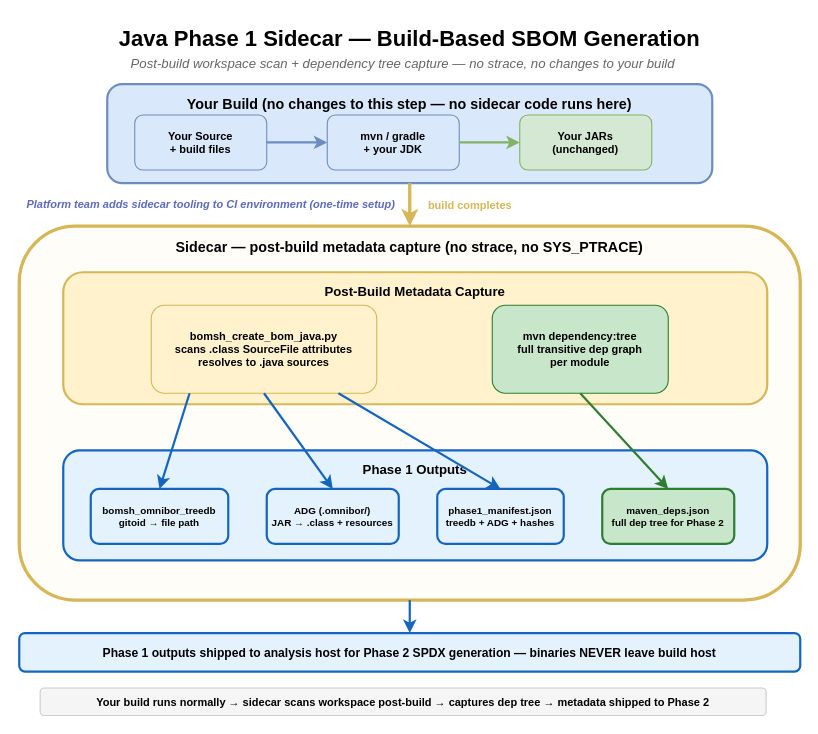
Above: docs/sidecar/java/java-build-interception.drawio in tedg-dev/bisbom-gen (draw.io), before the change. Source tidied: cells renumbered, new cells numbered last; positions are measured from the earlier drawing's top-left corner, leaving out a move shared by most shapes. Both pictures are drawn from the tidied source at 110%, with x=0, y=0 at pixel (18, 18).
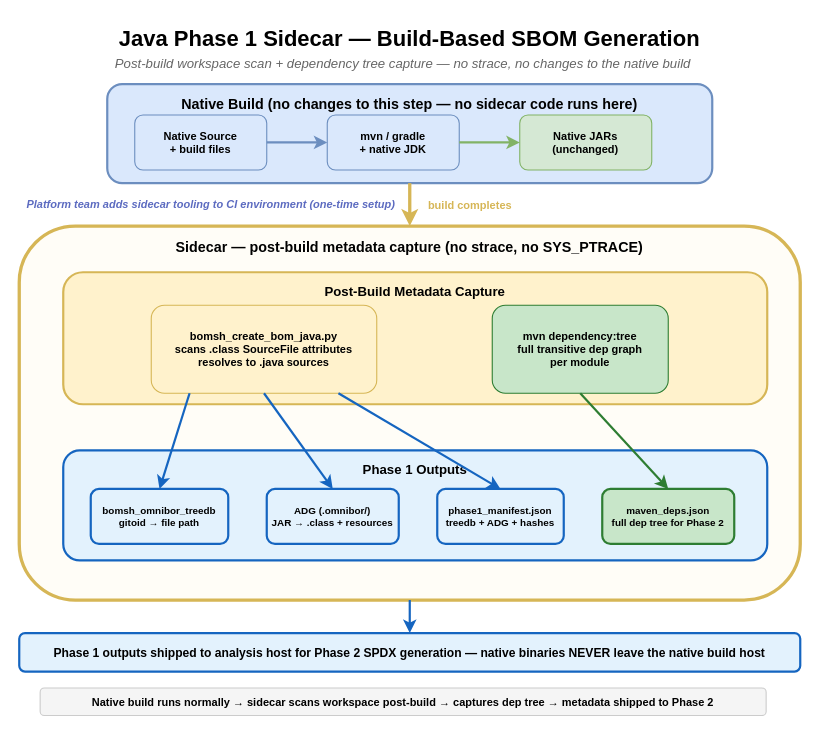
The same diagram, later.

The edit, as a diff of the source:
```diff
@@
-    <mxCell id="3" value="Post-build workspace scan + dependency tree capture — no strace, no changes to your build" style="text;fontSize=12;fontStyle=2;align=center;fillColor=none;strokeColor=none;fontColor=#666666;" parent="1" vertex="1">
+    <mxCell id="3" value="Post-build workspace scan + dependency tree capture — no strace, no changes to the native build" style="text;fontSize=12;fontStyle=2;align=center;fillColor=none;strokeColor=none;fontColor=#666666;" parent="1" vertex="1">
       <mxGeometry y="28" width="700" height="18" as="geometry" />
     </mxCell>
-    <mxCell id="4" value="Your Build (no changes to this step — no sidecar code runs here)" style="rounded=1;fillColor=#dae8fc;strokeColor=#6c8ebf;strokeWidth=2;fontSize=13;fontStyle=1;verticalAlign=top;align=center;spacingTop=4;" parent="1" vertex="1">
+    <mxCell id="4" value="Native Build (no changes to this step — no sidecar code runs here)" style="rounded=1;fillColor=#dae8fc;strokeColor=#6c8ebf;strokeWidth=2;fontSize=13;fontStyle=1;verticalAlign=top;align=center;spacingTop=4;" parent="1" vertex="1">
       <mxGeometry x="81" y="60" width="550" height="90" as="geometry" />
     </mxCell>
-    <mxCell id="5" value="Your Source&#10;+ build files" style="rounded=1;fillColor=#dae8fc;strokeColor=#6c8ebf;fontSize=10;fontStyle=1;verticalAlign=middle;align=center;" parent="1" vertex="1">
+    <mxCell id="5" value="Native Source&#10;+ build files" style="rounded=1;fillColor=#dae8fc;strokeColor=#6c8ebf;fontSize=10;fontStyle=1;verticalAlign=middle;align=center;" parent="1" vertex="1">
       <mxGeometry x="106" y="88" width="120" height="50" as="geometry" />
     </mxCell>
-    <mxCell id="6" value="mvn / gradle&#10;+ your JDK" style="rounded=1;fillColor=#dae8fc;strokeColor=#6c8ebf;fontSize=10;fontStyle=1;verticalAlign=middle;align=center;" parent="1" vertex="1">
+    <mxCell id="6" value="mvn / gradle&#10;+ native JDK" style="rounded=1;fillColor=#dae8fc;strokeColor=#6c8ebf;fontSize=10;fontStyle=1;verticalAlign=middle;align=center;" parent="1" vertex="1">
       <mxGeometry x="281" y="88" width="120" height="50" as="geometry" />
     </mxCell>
-    <mxCell id="7" value="Your JARs&#10;(unchanged)" style="rounded=1;fillColor=#d5e8d4;strokeColor=#82b366;fontSize=10;fontStyle=1;verticalAlign=middle;align=center;" parent="1" vertex="1">
+    <mxCell id="7" value="Native JARs&#10;(unchanged)" style="rounded=1;fillColor=#d5e8d4;strokeColor=#82b366;fontSize=10;fontStyle=1;verticalAlign=middle;align=center;" parent="1" vertex="1">
       <mxGeometry x="456" y="88" width="120" height="50" as="geometry" />
     </mxCell>
@@
-    <mxCell id="26" value="Phase 1 outputs shipped to analysis host for Phase 2 SPDX generation — binaries NEVER leave build host" style="rounded=1;fillColor=#e3f2fd;strokeColor=#1565c0;strokeWidth=2;fontSize=11;fontStyle=1;align=center;verticalAlign=middle;" parent="1" vertex="1">
+    <mxCell id="26" value="Phase 1 outputs shipped to analysis host for Phase 2 SPDX generation — native binaries NEVER leave the native build host" style="rounded=1;fillColor=#e3f2fd;strokeColor=#1565c0;strokeWidth=2;fontSize=11;fontStyle=1;align=center;verticalAlign=middle;" parent="1" vertex="1">
       <mxGeometry x="1" y="559" width="710" height="35" as="geometry" />
     </mxCell>
@@
-    <mxCell id="28" value="Your build runs normally → sidecar scans workspace post-build → captures dep tree → metadata shipped to Phase 2" style="rounded=1;fillColor=#f5f5f5;strokeColor=#cccccc;fontSize=10;fontStyle=1;align=center;verticalAlign=middle;" parent="1" vertex="1">
+    <mxCell id="28" value="Native build runs normally → sidecar scans workspace post-build → captures dep tree → metadata shipped to Phase 2" style="rounded=1;fillColor=#f5f5f5;strokeColor=#cccccc;fontSize=10;fontStyle=1;align=center;verticalAlign=middle;" parent="1" vertex="1">
       <mxGeometry x="20" y="609" width="660" height="25" as="geometry" />
     </mxCell>
```
